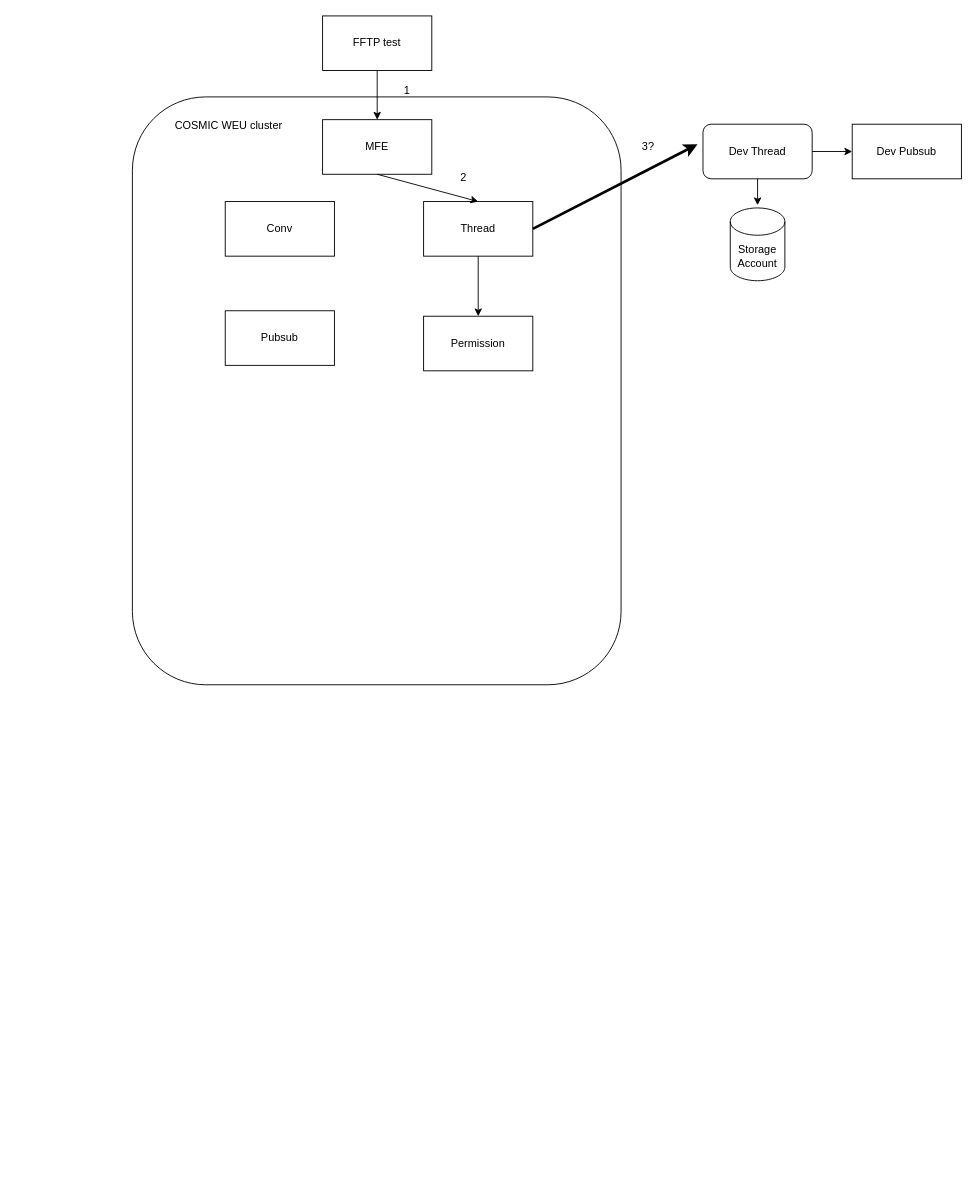
This is page "Service buildout flow details" (10 of 10) of buildout.drawio from nonly/timewheel, a draw.io file, before an edit. Source tidied: cells renumbered, new cells numbered last; positions are measured from the earlier drawing's top-left corner, leaving out a move shared by most shapes. Both pictures are drawn from the tidied source at 91%, with x=0, y=0 at pixel (132, 15).
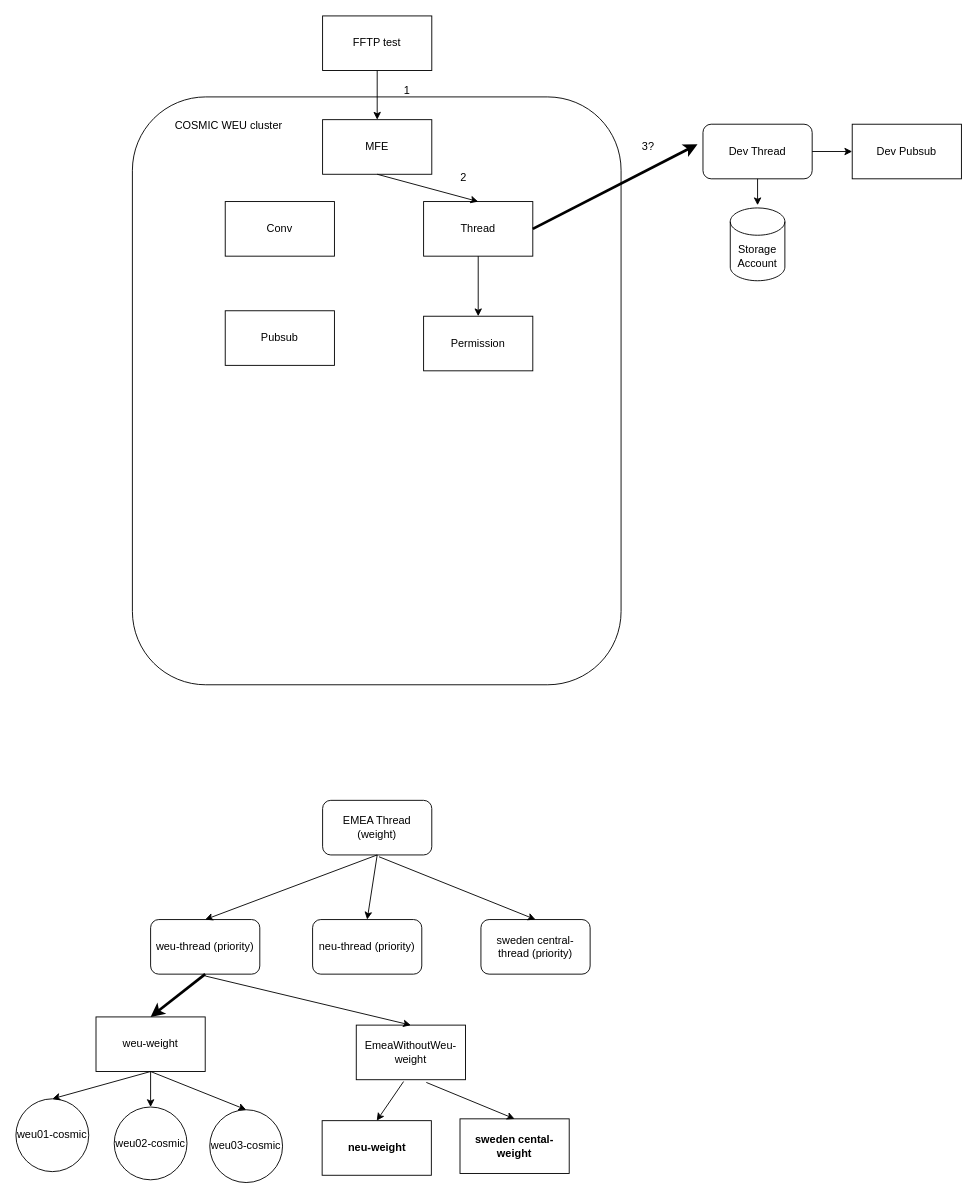
Above is the later version.

What changed in the source:
```diff
@@
+    <mxCell id="22" value="EMEA Thread (weight)" style="rounded=1;whiteSpace=wrap;html=1;" parent="1" vertex="1">
+      <mxGeometry x="209" y="862" width="120" height="60" as="geometry" />
+    </mxCell>
+    <mxCell id="23" value="weu-thread (priority)" style="rounded=1;whiteSpace=wrap;html=1;" parent="1" vertex="1">
+      <mxGeometry x="20" y="993" width="120" height="60" as="geometry" />
+    </mxCell>
+    <mxCell id="24" value="neu-thread (priority)" style="rounded=1;whiteSpace=wrap;html=1;" parent="1" vertex="1">
+      <mxGeometry x="198" y="993" width="120" height="60" as="geometry" />
+    </mxCell>
+    <mxCell id="25" value="weu-weight" style="rounded=0;whiteSpace=wrap;html=1;" parent="1" vertex="1">
+      <mxGeometry x="-40" y="1100" width="120" height="60" as="geometry" />
+    </mxCell>
+    <mxCell id="26" value="EmeaWithoutWeu-weight" style="rounded=0;whiteSpace=wrap;html=1;" parent="1" vertex="1">
+      <mxGeometry x="246" y="1109" width="120" height="60" as="geometry" />
+    </mxCell>
+    <mxCell id="27" style="endArrow=classic;html=1;rounded=0;exitX=0.5;exitY=1;exitDx=0;exitDy=0;entryX=0.5;entryY=0;entryDx=0;entryDy=0;strokeWidth=3;" parent="1" edge="1" source="23" target="25">
+      <mxGeometry relative="1" as="geometry" />
+    </mxCell>
+    <mxCell id="28" style="endArrow=classic;html=1;rounded=0;entryX=0.5;entryY=0;entryDx=0;entryDy=0;" parent="1" edge="1" target="26">
+      <mxGeometry relative="1" as="geometry">
+        <mxPoint x="80" y="1055" as="sourcePoint" />
+      </mxGeometry>
+    </mxCell>
+    <mxCell id="29" value="weu01-cosmic" style="ellipse;whiteSpace=wrap;html=1;" parent="1" vertex="1">
+      <mxGeometry x="-128" y="1190" width="80" height="80" as="geometry" />
+    </mxCell>
+    <mxCell id="30" value="weu02-cosmic" style="ellipse;whiteSpace=wrap;html=1;" parent="1" vertex="1">
+      <mxGeometry x="-20" y="1199" width="80" height="80" as="geometry" />
+    </mxCell>
+    <mxCell id="31" value="weu03-cosmic" style="ellipse;whiteSpace=wrap;html=1;" parent="1" vertex="1">
+      <mxGeometry x="85" y="1202" width="80" height="80" as="geometry" />
+    </mxCell>
+    <mxCell id="32" style="endArrow=classic;html=1;rounded=0;exitX=0.5;exitY=1;exitDx=0;exitDy=0;entryX=0.5;entryY=0;entryDx=0;entryDy=0;" parent="1" edge="1" source="25" target="29">
+      <mxGeometry relative="1" as="geometry" />
+    </mxCell>
+    <mxCell id="33" style="endArrow=classic;html=1;rounded=0;exitX=0.5;exitY=1;exitDx=0;exitDy=0;" parent="1" edge="1" source="25" target="30">
+      <mxGeometry relative="1" as="geometry" />
+    </mxCell>
+    <mxCell id="34" style="endArrow=classic;html=1;rounded=0;exitX=0.5;exitY=1;exitDx=0;exitDy=0;entryX=0.5;entryY=0;entryDx=0;entryDy=0;" parent="1" edge="1" source="25" target="31">
+      <mxGeometry relative="1" as="geometry" />
+    </mxCell>
+    <mxCell id="35" value="sweden central-thread (priority)" style="rounded=1;whiteSpace=wrap;html=1;" parent="1" vertex="1">
+      <mxGeometry x="383" y="993" width="120" height="60" as="geometry" />
+    </mxCell>
+    <mxCell id="36" value="neu-weight" style="rounded=0;whiteSpace=wrap;html=1;fontStyle=1;" parent="1" vertex="1">
+      <mxGeometry x="208.5" y="1214" width="120" height="60" as="geometry" />
+    </mxCell>
+    <mxCell id="37" value="sweden cental-weight" style="rounded=0;whiteSpace=wrap;html=1;fontStyle=1;" parent="1" vertex="1">
+      <mxGeometry x="360" y="1212" width="120" height="60" as="geometry" />
+    </mxCell>
+    <mxCell id="38" style="endArrow=classic;html=1;rounded=0;entryX=0.5;entryY=0;entryDx=0;entryDy=0;" parent="1" edge="1" target="36">
+      <mxGeometry relative="1" as="geometry">
+        <mxPoint x="298" y="1171" as="sourcePoint" />
+      </mxGeometry>
+    </mxCell>
+    <mxCell id="39" style="endArrow=classic;html=1;rounded=0;entryX=0.5;entryY=0;entryDx=0;entryDy=0;" parent="1" edge="1" target="37">
+      <mxGeometry relative="1" as="geometry">
+        <mxPoint x="323" y="1172" as="sourcePoint" />
+      </mxGeometry>
+    </mxCell>
+    <mxCell id="40" style="endArrow=classic;html=1;rounded=0;exitX=0.5;exitY=1;exitDx=0;exitDy=0;entryX=0.5;entryY=0;entryDx=0;entryDy=0;" parent="1" edge="1" source="22" target="23">
+      <mxGeometry relative="1" as="geometry" />
+    </mxCell>
+    <mxCell id="41" style="endArrow=classic;html=1;rounded=0;exitX=0.5;exitY=1;exitDx=0;exitDy=0;entryX=0.5;entryY=0;entryDx=0;entryDy=0;" parent="1" edge="1" source="22" target="24">
+      <mxGeometry relative="1" as="geometry" />
+    </mxCell>
+    <mxCell id="42" style="endArrow=classic;html=1;rounded=0;entryX=0.5;entryY=0;entryDx=0;entryDy=0;" parent="1" edge="1" target="35">
+      <mxGeometry relative="1" as="geometry">
+        <mxPoint x="271" y="924" as="sourcePoint" />
+      </mxGeometry>
+    </mxCell>
```
